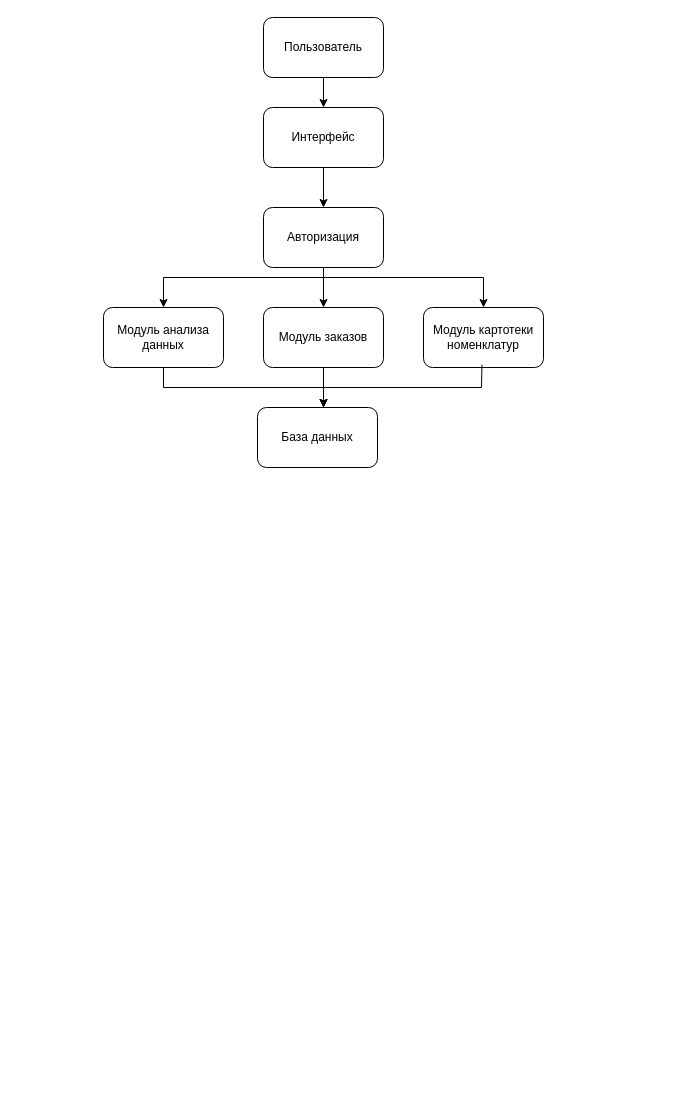
Above: Диаграмма без названия.drawio in krasov-rf/EDU (draw.io), before the change. Source tidied: cells renumbered, new cells numbered last; positions are measured from the earlier drawing's top-left corner, leaving out a move shared by most shapes. Both pictures are drawn from the tidied source at 100%, with x=0, y=0 at pixel (103, 17).
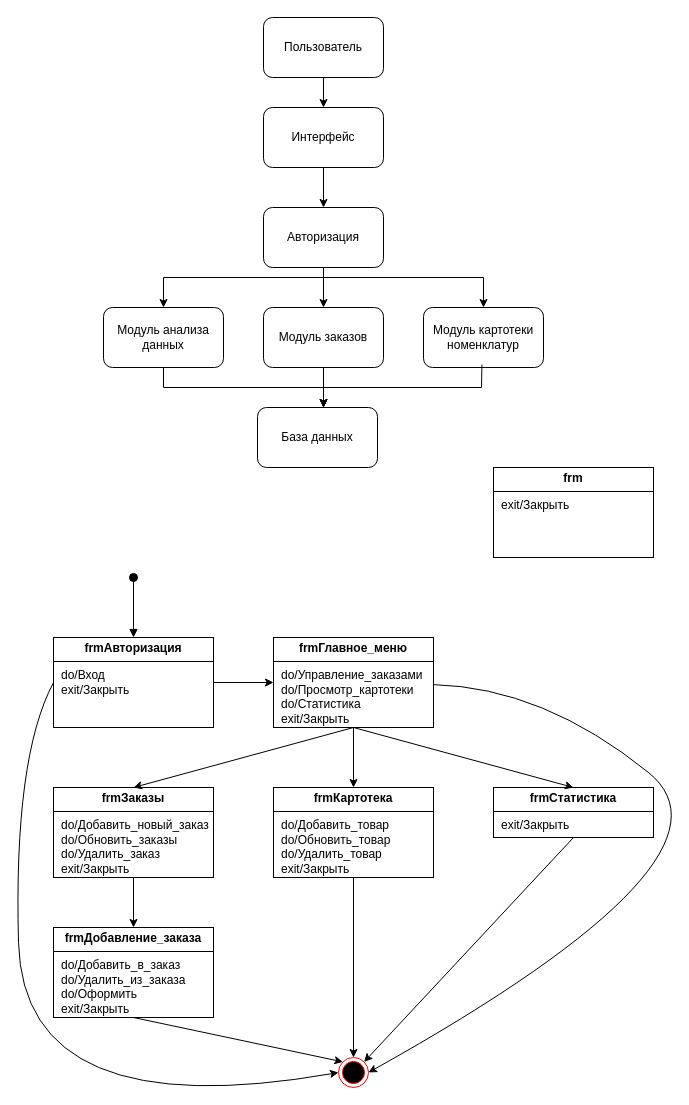
The same diagram, later.

The edit, as a diff of the source:
```diff
@@
+    <mxCell id="17" style="html=1;verticalAlign=bottom;startArrow=oval;startFill=1;endArrow=block;startSize=8;curved=0;rounded=0;entryX=0.5;entryY=0;entryDx=0;entryDy=0;" parent="1" edge="1" target="19">
+      <mxGeometry relative="1" as="geometry">
+        <mxPoint x="30" y="560" as="sourcePoint" />
+      </mxGeometry>
+    </mxCell>
+    <mxCell id="18" style="ellipse;html=1;shape=endState;fillColor=#000000;strokeColor=#ff0000;" parent="1" vertex="1">
+      <mxGeometry x="235" y="1040" width="30" height="30" as="geometry" />
+    </mxCell>
+    <mxCell id="19" value="&lt;p style=&quot;margin: 4px 0px 0px; text-align: center;&quot;&gt;&lt;b style=&quot;&quot;&gt;frmАвторизация&lt;/b&gt;&lt;/p&gt;&lt;hr size=&quot;1&quot; style=&quot;border-style:solid;&quot;&gt;&lt;p style=&quot;margin:0px;margin-left:8px;&quot;&gt;&lt;span style=&quot;background-color: transparent; color: light-dark(rgb(0, 0, 0), rgb(255, 255, 255));&quot;&gt;do/Вход&lt;/span&gt;&lt;/p&gt;&lt;p style=&quot;margin:0px;margin-left:8px;&quot;&gt;exit/Закрыть&lt;/p&gt;&lt;p style=&quot;margin:0px;margin-left:8px;&quot;&gt;&lt;br&gt;&lt;/p&gt;" style="verticalAlign=top;align=left;overflow=fill;html=1;whiteSpace=wrap;" parent="1" vertex="1">
+      <mxGeometry x="-50" y="620" width="160" height="90" as="geometry" />
+    </mxCell>
+    <mxCell id="20" value="&lt;p style=&quot;margin: 4px 0px 0px; text-align: center;&quot;&gt;&lt;b style=&quot;&quot;&gt;frm&lt;/b&gt;&lt;/p&gt;&lt;hr size=&quot;1&quot; style=&quot;border-style:solid;&quot;&gt;&lt;p style=&quot;margin:0px;margin-left:8px;&quot;&gt;&lt;span style=&quot;background-color: transparent; color: light-dark(rgb(0, 0, 0), rgb(255, 255, 255));&quot;&gt;exit/Закрыть&lt;/span&gt;&lt;/p&gt;&lt;p style=&quot;margin:0px;margin-left:8px;&quot;&gt;&lt;br&gt;&lt;/p&gt;" style="verticalAlign=top;align=left;overflow=fill;html=1;whiteSpace=wrap;" parent="1" vertex="1">
+      <mxGeometry x="390" y="450" width="160" height="90" as="geometry" />
+    </mxCell>
+    <mxCell id="21" value="&lt;p style=&quot;margin: 4px 0px 0px; text-align: center;&quot;&gt;&lt;b style=&quot;&quot;&gt;frmГлавное_меню&lt;/b&gt;&lt;/p&gt;&lt;hr size=&quot;1&quot; style=&quot;border-style:solid;&quot;&gt;&lt;p style=&quot;margin:0px;margin-left:8px;&quot;&gt;do/Управление_заказами&lt;/p&gt;&lt;p style=&quot;margin:0px;margin-left:8px;&quot;&gt;do/Просмотр_картотеки&lt;/p&gt;&lt;p style=&quot;margin:0px;margin-left:8px;&quot;&gt;do/Статистика&lt;/p&gt;&lt;p style=&quot;margin:0px;margin-left:8px;&quot;&gt;&lt;span style=&quot;background-color: transparent; color: light-dark(rgb(0, 0, 0), rgb(255, 255, 255));&quot;&gt;exit/Закрыть&lt;/span&gt;&lt;/p&gt;&lt;p style=&quot;margin:0px;margin-left:8px;&quot;&gt;&lt;br&gt;&lt;/p&gt;" style="verticalAlign=top;align=left;overflow=fill;html=1;whiteSpace=wrap;" parent="1" vertex="1">
+      <mxGeometry x="170" y="620" width="160" height="90" as="geometry" />
+    </mxCell>
+    <mxCell id="22" style="endArrow=classic;html=1;rounded=0;exitX=1;exitY=0.5;exitDx=0;exitDy=0;entryX=0;entryY=0.5;entryDx=0;entryDy=0;" parent="1" edge="1" source="19" target="21">
+      <mxGeometry relative="1" as="geometry" />
+    </mxCell>
+    <mxCell id="23" value="&lt;p style=&quot;margin: 4px 0px 0px; text-align: center;&quot;&gt;&lt;b style=&quot;&quot;&gt;frmЗаказы&lt;/b&gt;&lt;/p&gt;&lt;hr size=&quot;1&quot; style=&quot;border-style:solid;&quot;&gt;&lt;p style=&quot;margin:0px;margin-left:8px;&quot;&gt;&lt;span style=&quot;background-color: transparent; color: light-dark(rgb(0, 0, 0), rgb(255, 255, 255));&quot;&gt;do/Добавить_новый_заказ&lt;/span&gt;&lt;/p&gt;&lt;p style=&quot;margin:0px;margin-left:8px;&quot;&gt;&lt;span style=&quot;background-color: transparent; color: light-dark(rgb(0, 0, 0), rgb(255, 255, 255));&quot;&gt;do/Обновить_заказы&lt;/span&gt;&lt;/p&gt;&lt;p style=&quot;margin:0px;margin-left:8px;&quot;&gt;&lt;span style=&quot;background-color: transparent; color: light-dark(rgb(0, 0, 0), rgb(255, 255, 255));&quot;&gt;do/Удалить_заказ&lt;/span&gt;&lt;/p&gt;&lt;p style=&quot;margin:0px;margin-left:8px;&quot;&gt;&lt;span style=&quot;background-color: transparent; color: light-dark(rgb(0, 0, 0), rgb(255, 255, 255));&quot;&gt;exit/Закрыть&lt;/span&gt;&lt;/p&gt;&lt;p style=&quot;margin:0px;margin-left:8px;&quot;&gt;&lt;br&gt;&lt;/p&gt;" style="verticalAlign=top;align=left;overflow=fill;html=1;whiteSpace=wrap;" parent="1" vertex="1">
+      <mxGeometry x="-50" y="770" width="160" height="90" as="geometry" />
+    </mxCell>
+    <mxCell id="24" value="&lt;p style=&quot;margin: 4px 0px 0px; text-align: center;&quot;&gt;&lt;b style=&quot;&quot;&gt;frmДобавление_заказа&lt;/b&gt;&lt;/p&gt;&lt;hr size=&quot;1&quot; style=&quot;border-style:solid;&quot;&gt;&lt;p style=&quot;margin:0px;margin-left:8px;&quot;&gt;&lt;span style=&quot;background-color: transparent; color: light-dark(rgb(0, 0, 0), rgb(255, 255, 255));&quot;&gt;do/Добавить_в_заказ&lt;/span&gt;&lt;/p&gt;&lt;p style=&quot;margin:0px;margin-left:8px;&quot;&gt;&lt;span style=&quot;background-color: transparent; color: light-dark(rgb(0, 0, 0), rgb(255, 255, 255));&quot;&gt;do/Удалить_из_заказа&lt;/span&gt;&lt;/p&gt;&lt;p style=&quot;margin:0px;margin-left:8px;&quot;&gt;&lt;span style=&quot;background-color: transparent; color: light-dark(rgb(0, 0, 0), rgb(255, 255, 255));&quot;&gt;do/Оформить&lt;/span&gt;&lt;/p&gt;&lt;p style=&quot;margin:0px;margin-left:8px;&quot;&gt;&lt;span style=&quot;background-color: transparent; color: light-dark(rgb(0, 0, 0), rgb(255, 255, 255));&quot;&gt;exit/Закрыть&lt;/span&gt;&lt;/p&gt;&lt;p style=&quot;margin:0px;margin-left:8px;&quot;&gt;&lt;br&gt;&lt;/p&gt;" style="verticalAlign=top;align=left;overflow=fill;html=1;whiteSpace=wrap;" parent="1" vertex="1">
+      <mxGeometry x="-50" y="910" width="160" height="90" as="geometry" />
+    </mxCell>
+    <mxCell id="25" value="&lt;p style=&quot;margin: 4px 0px 0px; text-align: center;&quot;&gt;&lt;b style=&quot;&quot;&gt;frmКартотека&lt;/b&gt;&lt;/p&gt;&lt;hr size=&quot;1&quot; style=&quot;border-style:solid;&quot;&gt;&lt;p style=&quot;margin:0px;margin-left:8px;&quot;&gt;&lt;span style=&quot;background-color: transparent; color: light-dark(rgb(0, 0, 0), rgb(255, 255, 255));&quot;&gt;do/Добавить_товар&lt;/span&gt;&lt;/p&gt;&lt;p style=&quot;margin:0px;margin-left:8px;&quot;&gt;&lt;span style=&quot;background-color: transparent; color: light-dark(rgb(0, 0, 0), rgb(255, 255, 255));&quot;&gt;do/Обновить_товар&lt;/span&gt;&lt;/p&gt;&lt;p style=&quot;margin:0px;margin-left:8px;&quot;&gt;&lt;span style=&quot;background-color: transparent; color: light-dark(rgb(0, 0, 0), rgb(255, 255, 255));&quot;&gt;do/Удалить_товар&lt;/span&gt;&lt;/p&gt;&lt;p style=&quot;margin:0px;margin-left:8px;&quot;&gt;&lt;span style=&quot;background-color: transparent; color: light-dark(rgb(0, 0, 0), rgb(255, 255, 255));&quot;&gt;exit/Закрыть&lt;/span&gt;&lt;/p&gt;&lt;p style=&quot;margin:0px;margin-left:8px;&quot;&gt;&lt;br&gt;&lt;/p&gt;" style="verticalAlign=top;align=left;overflow=fill;html=1;whiteSpace=wrap;" parent="1" vertex="1">
+      <mxGeometry x="170" y="770" width="160" height="90" as="geometry" />
+    </mxCell>
+    <mxCell id="26" value="&lt;p style=&quot;margin: 4px 0px 0px; text-align: center;&quot;&gt;&lt;b style=&quot;&quot;&gt;frmСтатистика&lt;/b&gt;&lt;/p&gt;&lt;hr size=&quot;1&quot; style=&quot;border-style:solid;&quot;&gt;&lt;p style=&quot;margin:0px;margin-left:8px;&quot;&gt;&lt;span style=&quot;background-color: transparent; color: light-dark(rgb(0, 0, 0), rgb(255, 255, 255));&quot;&gt;exit/Закрыть&lt;/span&gt;&lt;/p&gt;&lt;p style=&quot;margin:0px;margin-left:8px;&quot;&gt;&lt;br&gt;&lt;/p&gt;" style="verticalAlign=top;align=left;overflow=fill;html=1;whiteSpace=wrap;" parent="1" vertex="1">
+      <mxGeometry x="390" y="770" width="160" height="50" as="geometry" />
+    </mxCell>
+    <mxCell id="27" style="curved=1;endArrow=classic;html=1;rounded=0;entryX=1;entryY=0.5;entryDx=0;entryDy=0;" parent="1" edge="1" source="21" target="18">
+      <mxGeometry relative="1" as="geometry">
+        <Array as="points">
+          <mxPoint x="440" y="670" />
+          <mxPoint x="650" y="840" />
+        </Array>
+      </mxGeometry>
+    </mxCell>
+    <mxCell id="28" style="curved=1;endArrow=classic;html=1;rounded=0;exitX=0;exitY=0.5;exitDx=0;exitDy=0;entryX=0;entryY=0.5;entryDx=0;entryDy=0;" parent="1" edge="1" source="19" target="18">
+      <mxGeometry relative="1" as="geometry">
+        <Array as="points">
+          <mxPoint x="-90" y="740" />
+          <mxPoint x="-80" y="1110" />
+        </Array>
+      </mxGeometry>
+    </mxCell>
+    <mxCell id="29" style="endArrow=classic;html=1;rounded=0;exitX=0.5;exitY=1;exitDx=0;exitDy=0;entryX=0;entryY=0;entryDx=0;entryDy=0;" parent="1" edge="1" source="24" target="18">
+      <mxGeometry relative="1" as="geometry" />
+    </mxCell>
+    <mxCell id="30" style="endArrow=classic;html=1;rounded=0;exitX=0.5;exitY=1;exitDx=0;exitDy=0;entryX=0.5;entryY=0;entryDx=0;entryDy=0;" parent="1" edge="1" source="25" target="18">
+      <mxGeometry relative="1" as="geometry" />
+    </mxCell>
+    <mxCell id="31" style="endArrow=classic;html=1;rounded=0;exitX=0.5;exitY=1;exitDx=0;exitDy=0;entryX=1;entryY=0;entryDx=0;entryDy=0;" parent="1" edge="1" source="26" target="18">
+      <mxGeometry relative="1" as="geometry" />
+    </mxCell>
+    <mxCell id="32" style="endArrow=classic;html=1;rounded=0;exitX=0.5;exitY=1;exitDx=0;exitDy=0;entryX=0.5;entryY=0;entryDx=0;entryDy=0;" parent="1" edge="1" source="23" target="24">
+      <mxGeometry relative="1" as="geometry" />
+    </mxCell>
+    <mxCell id="33" style="endArrow=classic;html=1;rounded=0;exitX=0.5;exitY=1;exitDx=0;exitDy=0;entryX=0.5;entryY=0;entryDx=0;entryDy=0;" parent="1" edge="1" source="21" target="23">
+      <mxGeometry relative="1" as="geometry" />
+    </mxCell>
+    <mxCell id="34" style="endArrow=classic;html=1;rounded=0;exitX=0.5;exitY=1;exitDx=0;exitDy=0;entryX=0.5;entryY=0;entryDx=0;entryDy=0;" parent="1" edge="1" source="21" target="25">
+      <mxGeometry relative="1" as="geometry" />
+    </mxCell>
+    <mxCell id="35" style="endArrow=classic;html=1;rounded=0;exitX=0.5;exitY=1;exitDx=0;exitDy=0;entryX=0.5;entryY=0;entryDx=0;entryDy=0;" parent="1" edge="1" source="21" target="26">
+      <mxGeometry relative="1" as="geometry" />
+    </mxCell>
```
